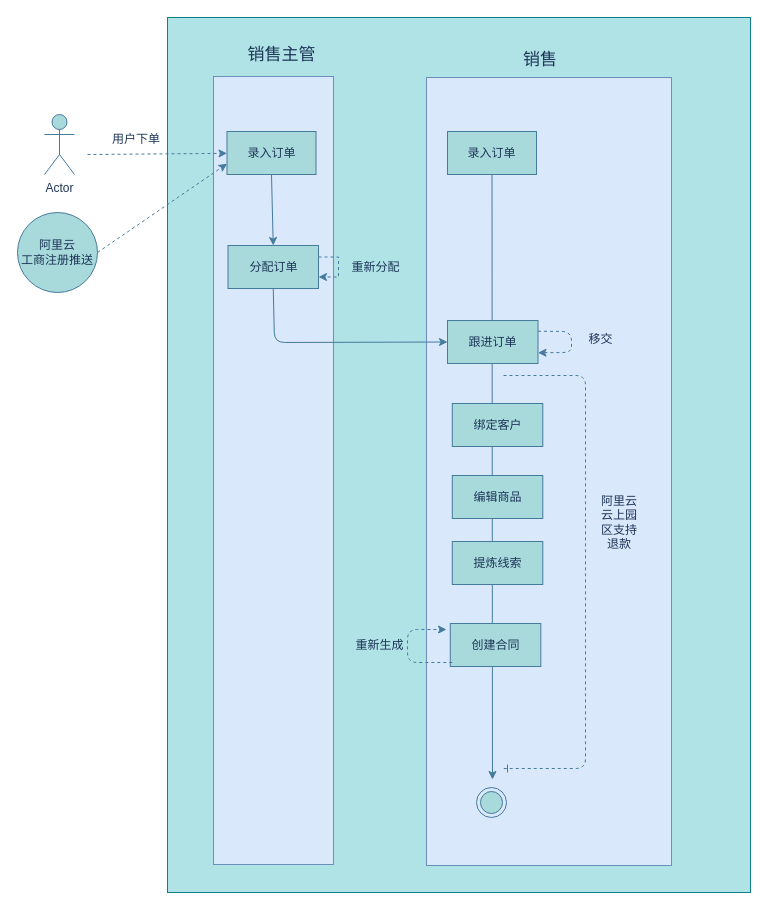
zhaoershuang/flow-chart keeps this draw.io diagram as 鹊桥流程图.drawio. Above is the earlier version. Source tidied: cells renumbered, new cells numbered last; positions are measured from the earlier drawing's top-left corner, leaving out a move shared by most shapes. Both pictures are drawn from the tidied source at 100%, with x=0, y=0 at pixel (17, 17).
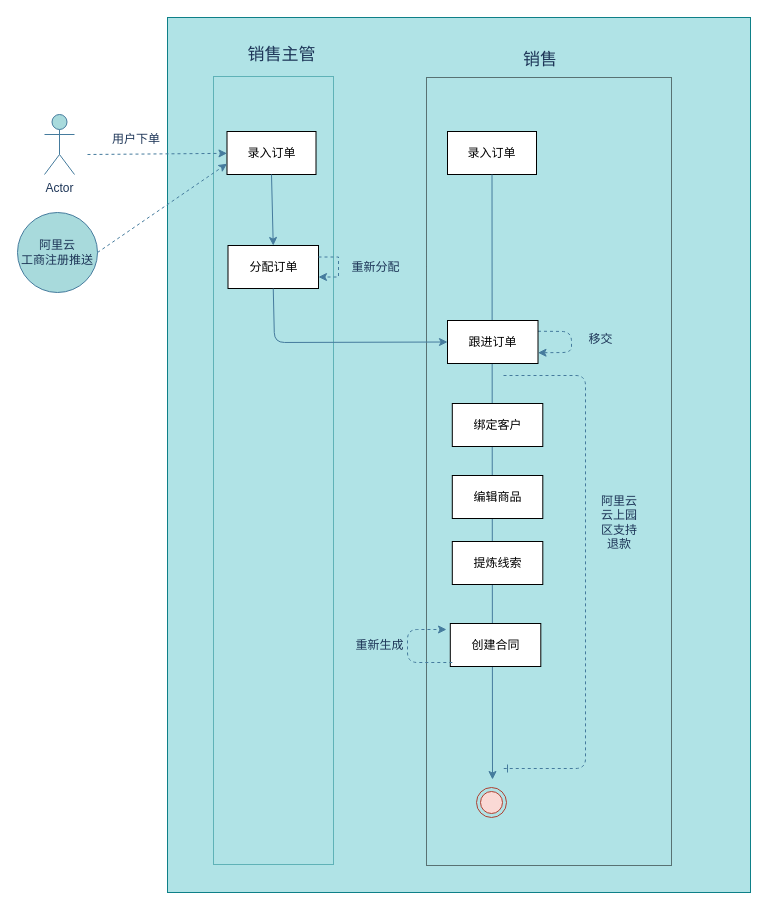
After the change.

Commit message:
更新鹊桥流程图.drawio

What changed in the source:
```diff
@@
-    <mxCell id="3" style="rounded=0;whiteSpace=wrap;html=1;fillColor=#dae8fc;strokeColor=#6c8ebf;" parent="1" vertex="1">
+    <mxCell id="3" style="rounded=0;whiteSpace=wrap;html=1;fillColor=#b0e3e6;strokeColor=#0e8088;dashed=1;dashPattern=1 1;" parent="1" vertex="1">
       <mxGeometry x="196" y="59" width="120" height="788" as="geometry" />
     </mxCell>
-    <mxCell id="4" style="rounded=0;whiteSpace=wrap;html=1;fillColor=#dae8fc;strokeColor=#6c8ebf;" parent="1" vertex="1">
+    <mxCell id="4" style="rounded=0;whiteSpace=wrap;html=1;fillColor=none;dashed=1;dashPattern=1 1;" parent="1" vertex="1">
       <mxGeometry x="409" y="60" width="245" height="788" as="geometry" />
     </mxCell>
@@
-    <mxCell id="7" value="录入订单" style="rounded=0;whiteSpace=wrap;html=1;fillColor=#A8DADC;strokeColor=#457B9D;fontColor=#1D3557;" parent="1" vertex="1">
+    <mxCell id="7" value="录入订单" style="rounded=0;whiteSpace=wrap;html=1;" parent="1" vertex="1">
       <mxGeometry x="209.5" y="114" width="89" height="43" as="geometry" />
     </mxCell>
-    <mxCell id="8" value="分配订单" style="rounded=0;whiteSpace=wrap;html=1;fillColor=#A8DADC;strokeColor=#457B9D;fontColor=#1D3557;" parent="1" vertex="1">
+    <mxCell id="8" value="分配订单" style="rounded=0;whiteSpace=wrap;html=1;" parent="1" vertex="1">
       <mxGeometry x="210.5" y="228" width="90.5" height="43" as="geometry" />
     </mxCell>
@@
-    <mxCell id="11" value="录入订单" style="rounded=0;whiteSpace=wrap;html=1;fillColor=#A8DADC;strokeColor=#457B9D;fontColor=#1D3557;" parent="1" vertex="1">
+    <mxCell id="11" value="录入订单" style="rounded=0;whiteSpace=wrap;html=1;" parent="1" vertex="1">
       <mxGeometry x="430" y="114" width="89" height="43" as="geometry" />
     </mxCell>
@@
-    <mxCell id="17" style="ellipse;html=1;shape=endState;fillColor=#A8DADC;strokeColor=#457B9D;fontColor=#1D3557;" parent="1" vertex="1">
+    <mxCell id="17" style="ellipse;html=1;shape=endState;fillColor=#fad9d5;strokeColor=#ae4132;" parent="1" vertex="1">
       <mxGeometry x="459" y="770" width="30" height="30" as="geometry" />
     </mxCell>
@@
-    <mxCell id="25" value="绑定客户" style="rounded=0;whiteSpace=wrap;html=1;fillColor=#A8DADC;strokeColor=#457B9D;fontColor=#1D3557;" parent="1" vertex="1">
+    <mxCell id="25" value="绑定客户" style="rounded=0;whiteSpace=wrap;html=1;" parent="1" vertex="1">
       <mxGeometry x="434.8" y="386" width="90.5" height="43" as="geometry" />
     </mxCell>
-    <mxCell id="26" value="编辑商品" style="rounded=0;whiteSpace=wrap;html=1;fillColor=#A8DADC;strokeColor=#457B9D;fontColor=#1D3557;" parent="1" vertex="1">
+    <mxCell id="26" value="编辑商品" style="rounded=0;whiteSpace=wrap;html=1;" parent="1" vertex="1">
       <mxGeometry x="434.8" y="458" width="90.5" height="43" as="geometry" />
     </mxCell>
-    <mxCell id="27" value="提炼线索" style="rounded=0;whiteSpace=wrap;html=1;fillColor=#A8DADC;strokeColor=#457B9D;fontColor=#1D3557;" parent="1" vertex="1">
+    <mxCell id="27" value="提炼线索" style="rounded=0;whiteSpace=wrap;html=1;" parent="1" vertex="1">
       <mxGeometry x="434.8" y="524" width="90.5" height="43" as="geometry" />
     </mxCell>
-    <mxCell id="28" value="创建合同" style="rounded=0;whiteSpace=wrap;html=1;fillColor=#A8DADC;strokeColor=#457B9D;fontColor=#1D3557;" parent="1" vertex="1">
+    <mxCell id="28" value="创建合同" style="rounded=0;whiteSpace=wrap;html=1;" parent="1" vertex="1">
       <mxGeometry x="432.8" y="606" width="90.5" height="43" as="geometry" />
     </mxCell>
-    <mxCell id="29" value="跟进订单" style="rounded=0;whiteSpace=wrap;html=1;fillColor=#A8DADC;strokeColor=#457B9D;fontColor=#1D3557;" parent="1" vertex="1">
+    <mxCell id="29" value="跟进订单" style="rounded=0;whiteSpace=wrap;html=1;" parent="1" vertex="1">
       <mxGeometry x="430" y="303" width="90.5" height="43" as="geometry" />
     </mxCell>
```
